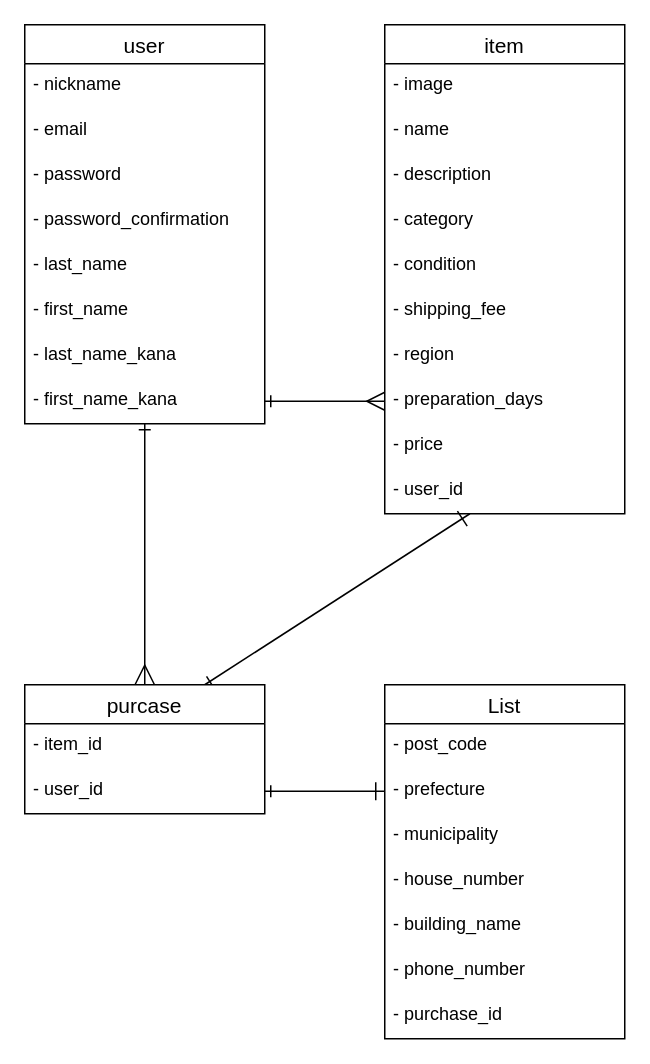
yanagi1111/furima-41476 keeps this draw.io diagram as ir.dio. Above is the earlier version. Source tidied: cells renumbered, new cells numbered last; positions are measured from the earlier drawing's top-left corner, leaving out a move shared by most shapes. Both pictures are drawn from the tidied source at 150%, with x=0, y=0 at pixel (24, 24).
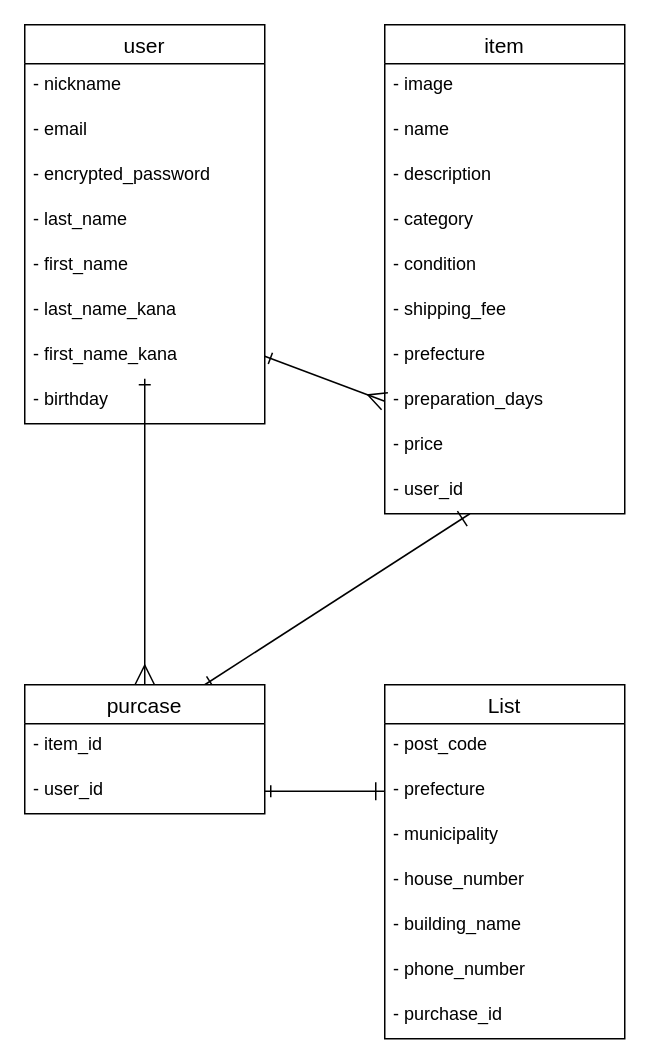
After the change.

The change refers to these unchanged cells:
```xml
<mxCell id="2" value="user" style="swimlane;fontStyle=0;horizontal=1;startSize=26;align=center;fontSize=14;" parent="1" vertex="1">
  <mxGeometry width="160" height="266" as="geometry" />
</mxCell>
<mxCell id="11" value="item" style="swimlane;fontStyle=0;horizontal=1;startSize=26;align=center;fontSize=14;" parent="1" vertex="1">
  <mxGeometry x="240" width="160" height="326" as="geometry" />
</mxCell>
```

What changed in the source:
```diff
@@
-    <mxCell id="5" value="- password" style="text;strokeColor=none;fillColor=none;spacingLeft=4;spacingRight=4;overflow=hidden;fontSize=12;" parent="2" vertex="1">
+    <mxCell id="5" value="- encrypted_password" style="text;strokeColor=none;fillColor=none;spacingLeft=4;spacingRight=4;overflow=hidden;fontSize=12;" parent="2" vertex="1">
       <mxGeometry y="86" width="160" height="30" as="geometry" />
     </mxCell>
-    <mxCell id="6" value="- password_confirmation" style="text;strokeColor=none;fillColor=none;spacingLeft=4;spacingRight=4;overflow=hidden;fontSize=12;" parent="2" vertex="1">
-      <mxGeometry y="116" width="160" height="30" as="geometry" />
-    </mxCell>
     <mxCell id="7" value="- last_name" style="text;strokeColor=none;fillColor=none;spacingLeft=4;spacingRight=4;overflow=hidden;fontSize=12;" parent="2" vertex="1">
-      <mxGeometry y="146" width="160" height="30" as="geometry" />
+      <mxGeometry y="116" width="160" height="30" as="geometry" />
     </mxCell>
     <mxCell id="8" value="- first_name" style="text;strokeColor=none;fillColor=none;spacingLeft=4;spacingRight=4;overflow=hidden;fontSize=12;" parent="2" vertex="1">
-      <mxGeometry y="176" width="160" height="30" as="geometry" />
+      <mxGeometry y="146" width="160" height="30" as="geometry" />
     </mxCell>
     <mxCell id="9" value="- last_name_kana" style="text;strokeColor=none;fillColor=none;spacingLeft=4;spacingRight=4;overflow=hidden;fontSize=12;" parent="2" vertex="1">
-      <mxGeometry y="206" width="160" height="30" as="geometry" />
+      <mxGeometry y="176" width="160" height="30" as="geometry" />
     </mxCell>
     <mxCell id="10" value="- first_name_kana" style="text;strokeColor=none;fillColor=none;spacingLeft=4;spacingRight=4;overflow=hidden;points=[[0,0.5],[1,0.5]];portConstraint=eastwest;fontSize=12;" parent="2" vertex="1">
-      <mxGeometry y="236" width="160" height="30" as="geometry" />
+      <mxGeometry y="206" width="160" height="30" as="geometry" />
     </mxCell>
+    <mxCell id="38" value="- birthday" style="text;strokeColor=none;fillColor=none;spacingLeft=4;spacingRight=4;overflow=hidden;fontSize=12;" parent="2" vertex="1">
+      <mxGeometry y="236" width="160" height="30" as="geometry" />
+    </mxCell>
@@
-    <mxCell id="18" value="- region" style="text;strokeColor=none;fillColor=none;spacingLeft=4;spacingRight=4;overflow=hidden;fontSize=12;" parent="11" vertex="1">
+    <mxCell id="18" value="- prefecture" style="text;strokeColor=none;fillColor=none;spacingLeft=4;spacingRight=4;overflow=hidden;fontSize=12;" parent="11" vertex="1">
       <mxGeometry y="206" width="160" height="30" as="geometry" />
     </mxCell>
```
